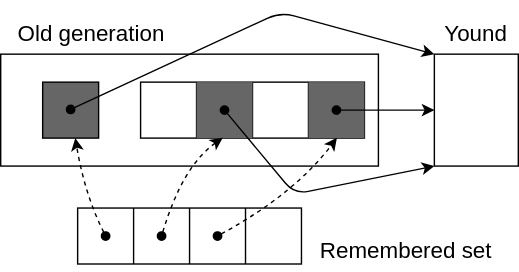
drop-stones/slides keeps this draw.io diagram as assets/img/lecture_materials/GarbageCollection/ch7/slot_recording.drawio.svg. Above is the earlier version. Source tidied: cells renumbered, new cells last; positions are measured from the earlier drawing's top-left corner, leaving out a move shared by most shapes.
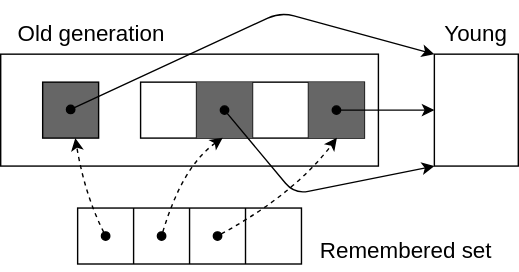
Later version of the same file.

The edit, as a diff of the source:
```diff
@@ -11,7 +11,7 @@
     <mxCell id="4" value="&lt;font style=&quot;font-size: 16px&quot;&gt;Old generation&lt;/font&gt;" style="text;html=1;strokeColor=none;fillColor=none;align=center;verticalAlign=middle;whiteSpace=wrap;rounded=0;" parent="1" vertex="1">
       <mxGeometry width="130" height="30" as="geometry" />
     </mxCell>
-    <mxCell id="5" value="&lt;font style=&quot;font-size: 16px&quot;&gt;Yound&lt;/font&gt;" style="text;html=1;strokeColor=none;fillColor=none;align=center;verticalAlign=middle;whiteSpace=wrap;rounded=0;" parent="1" vertex="1">
+    <mxCell id="5" value="&lt;font style=&quot;font-size: 16px&quot;&gt;Young&lt;/font&gt;" style="text;html=1;strokeColor=none;fillColor=none;align=center;verticalAlign=middle;whiteSpace=wrap;rounded=0;" parent="1" vertex="1">
       <mxGeometry x="310" width="60" height="30" as="geometry" />
     </mxCell>
     <mxCell id="6" style="shape=table;startSize=0;fillColor=#666666;" parent="1" vertex="1">
```
